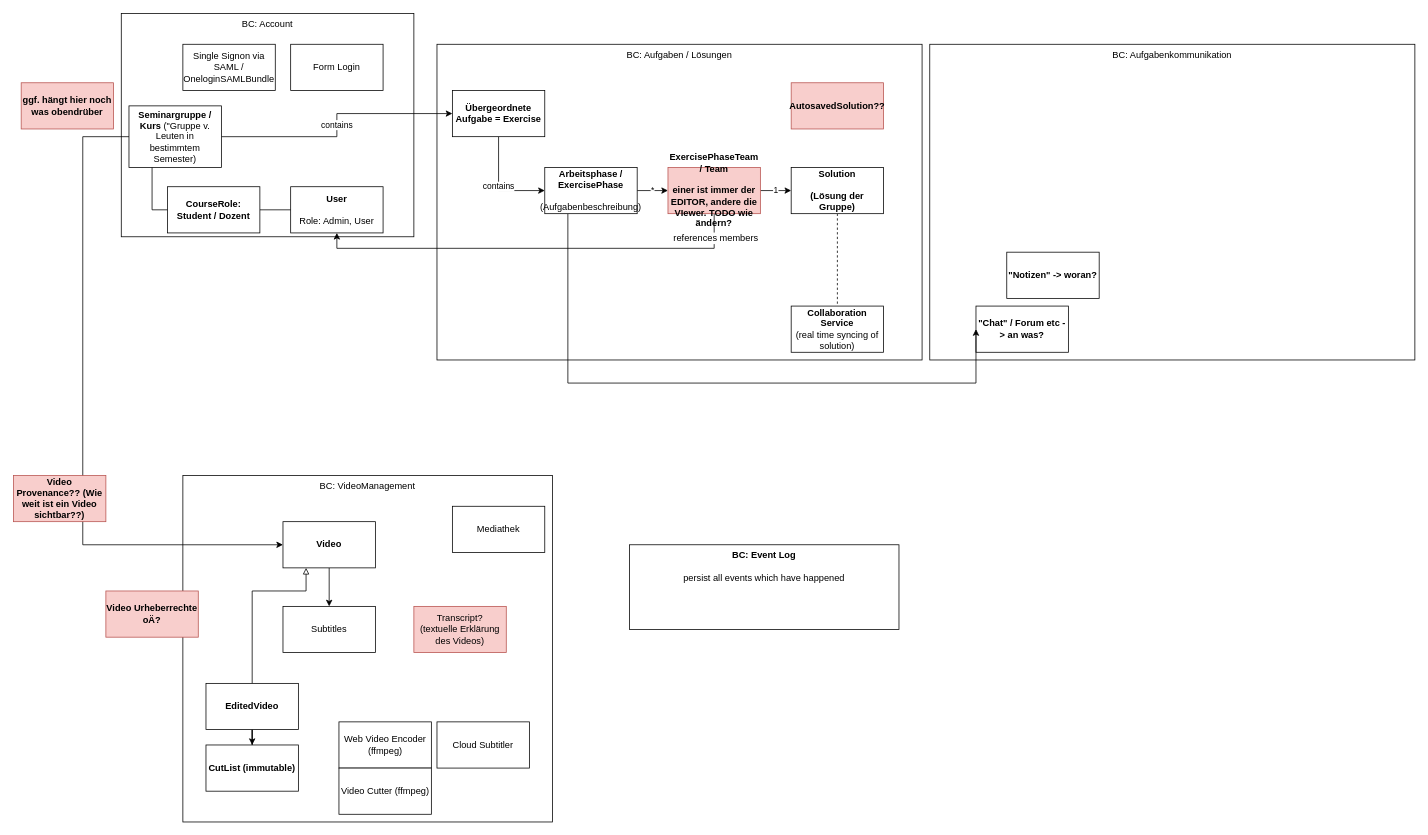
This is documentation/rfcs/backend_domain_model.drawio from sandstorm/degree50-code, a draw.io file, before an edit. Source tidied: cells renumbered, new cells numbered last; positions are measured from the earlier drawing's top-left corner, leaving out a move shared by most shapes. Both pictures are drawn from the tidied source at 77%, with x=0, y=0 at pixel (13, 13).
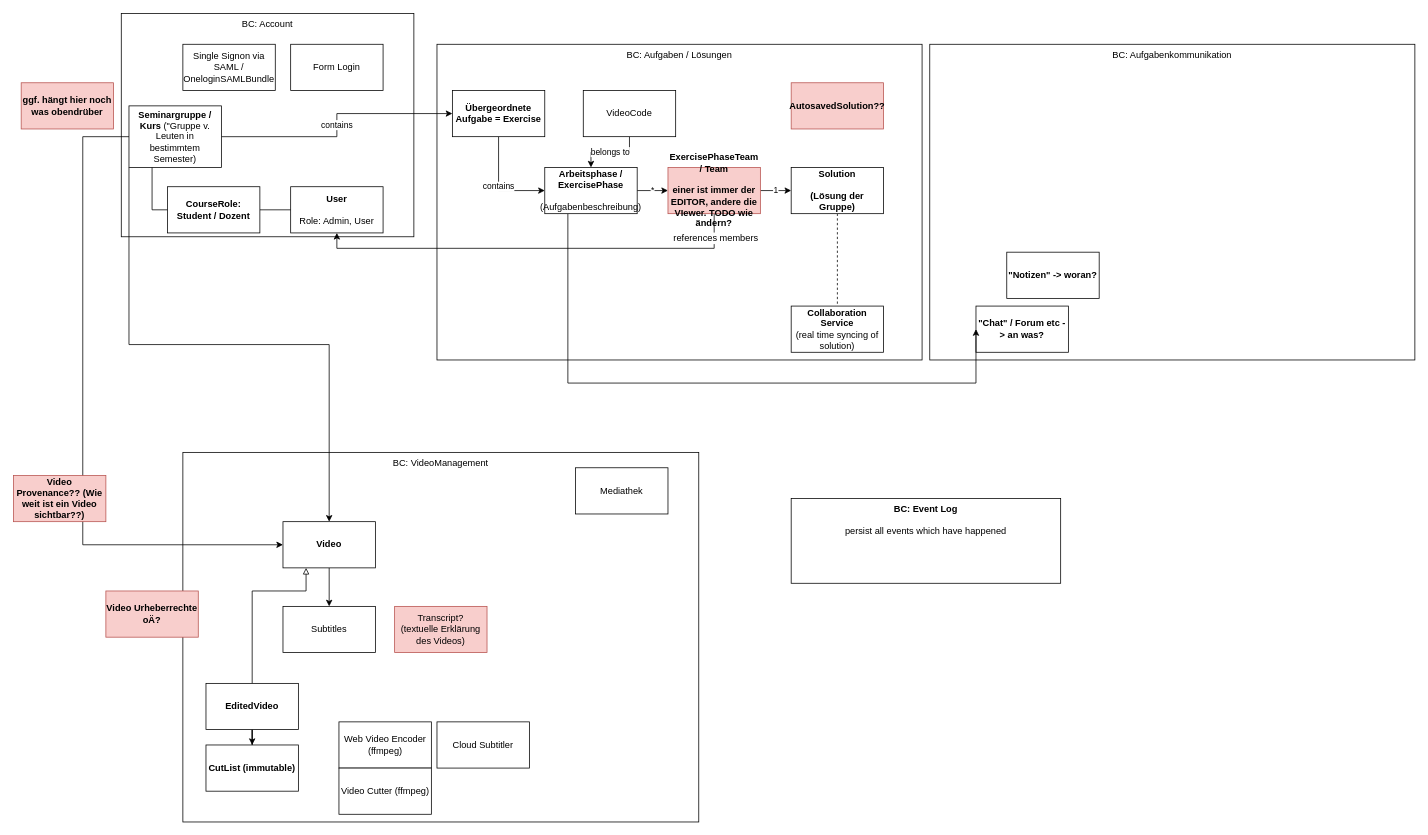
The same page after the edit.

Unchanged cells that the change refers to:
```xml
<mxCell id="12" value="&lt;b&gt;Seminargruppe / Kurs&lt;/b&gt; (&quot;Gruppe v. Leuten in bestimmtem Semester)" style="rounded=0;whiteSpace=wrap;html=1;" parent="1" vertex="1">
  <mxGeometry x="150" y="120" width="120" height="80" as="geometry" />
</mxCell>
<mxCell id="15" value="Video" style="rounded=0;whiteSpace=wrap;html=1;fontStyle=1;" parent="1" vertex="1">
  <mxGeometry x="350" y="660" width="120" height="60" as="geometry" />
</mxCell>
<mxCell id="26" value="Arbeitsphase /&lt;br&gt;ExercisePhase&lt;br&gt;&lt;br&gt;&lt;span style=&quot;font-weight: normal&quot;&gt;(Aufgabenbeschreibung)&lt;/span&gt;" style="rounded=0;whiteSpace=wrap;html=1;fontStyle=1;" parent="1" vertex="1">
  <mxGeometry x="690" y="200" width="120" height="60" as="geometry" />
</mxCell>
```

Diff of the diagram source:
```diff
@@
     <mxCell id="4" value="BC: VideoManagement" style="rounded=0;whiteSpace=wrap;html=1;verticalAlign=top;" parent="1" vertex="1">
-      <mxGeometry x="220" y="600" width="480" height="450" as="geometry" />
+      <mxGeometry x="220" y="570" width="670" height="480" as="geometry" />
     </mxCell>
@@
+    <mxCell id="46" style="edgeStyle=orthogonalEdgeStyle;rounded=0;jettySize=auto;html=1;exitX=0;exitY=1;exitDx=0;exitDy=0;" parent="1" edge="1" source="12" target="15">
+      <mxGeometry relative="1" as="geometry" />
+    </mxCell>
@@
     <mxCell id="34" value="&lt;b&gt;BC: Event Log&lt;/b&gt;&lt;br&gt;&lt;br&gt;persist all events which have happened" style="rounded=0;whiteSpace=wrap;html=1;verticalAlign=top;" parent="1" vertex="1">
-      <mxGeometry x="800" y="690" width="350" height="110" as="geometry" />
+      <mxGeometry x="1010" y="630" width="350" height="110" as="geometry" />
     </mxCell>
@@
     <mxCell id="36" value="Transcript?&lt;br&gt;(textuelle Erklärung des Videos)" style="rounded=0;whiteSpace=wrap;html=1;fillColor=#f8cecc;strokeColor=#b85450;" parent="1" vertex="1">
-      <mxGeometry x="520" y="770" width="120" height="60" as="geometry" />
+      <mxGeometry x="495" y="770" width="120" height="60" as="geometry" />
     </mxCell>
@@
     <mxCell id="43" value="Mediathek" style="rounded=0;whiteSpace=wrap;html=1;fontStyle=0;" parent="1" vertex="1">
-      <mxGeometry x="570" y="640" width="120" height="60" as="geometry" />
+      <mxGeometry x="730" y="590" width="120" height="60" as="geometry" />
     </mxCell>
@@
+    <mxCell id="47" value="belongs to" style="edgeStyle=orthogonalEdgeStyle;rounded=0;jettySize=auto;html=1;exitX=0.5;exitY=1;exitDx=0;exitDy=0;" parent="1" edge="1" source="48" target="26">
+      <mxGeometry relative="1" as="geometry" />
+    </mxCell>
+    <mxCell id="48" value="VideoCode" style="rounded=0;whiteSpace=wrap;html=1;" parent="1" vertex="1">
+      <mxGeometry x="740" y="100" width="120" height="60" as="geometry" />
+    </mxCell>
```
